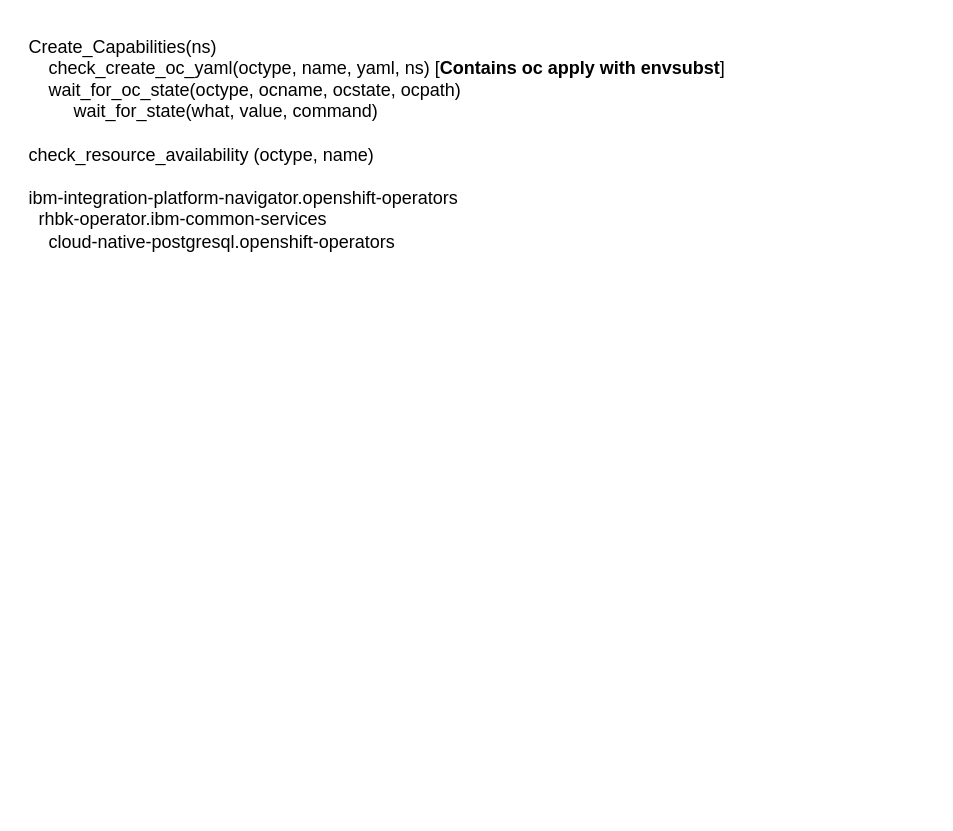
Before: page "Design code" (3 of 8) of doc/design.drawio in ADesprets/cp4i-install, a draw.io diagram. Source tidied: cells renumbered, new cells numbered last; positions are measured from the earlier drawing's top-left corner, leaving out a move shared by most shapes. Both pictures are drawn from the tidied source at 150%, with x=0, y=0 at pixel (26, 26).
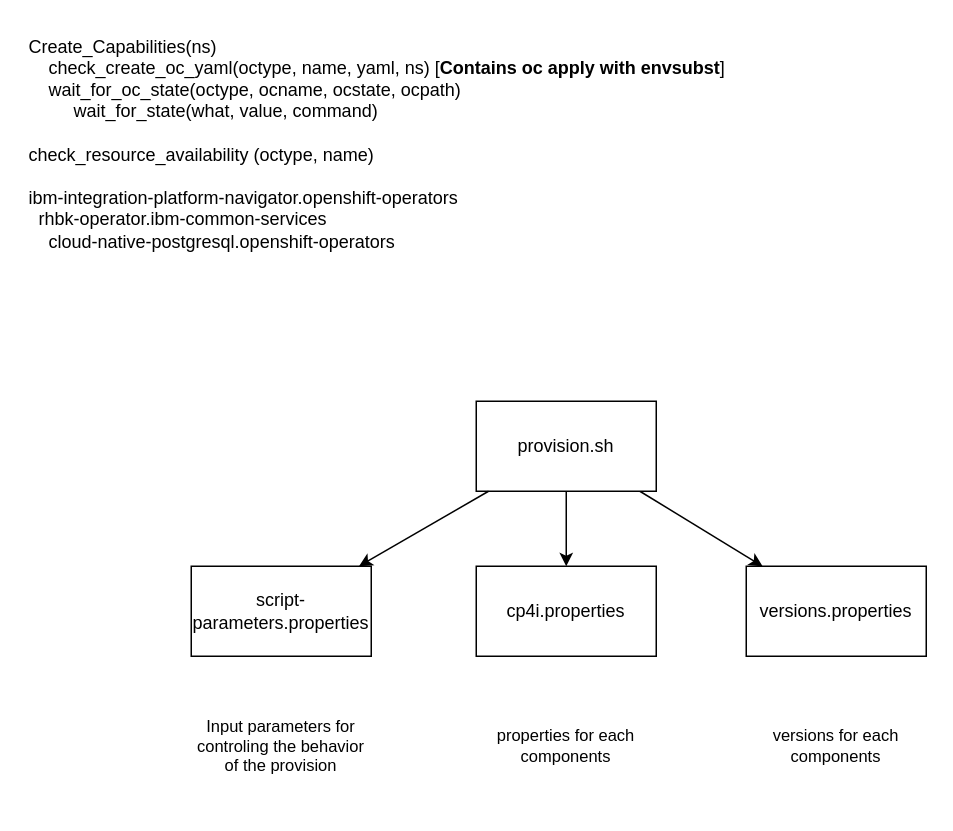
Above is the later version.

The edit, as a diff of the source:
```diff
@@
 <mxGraphModel>
   <root>
     <mxCell id="0" />
     <mxCell id="1" parent="0" />
     <mxCell id="2" value="Create_Capabilities(ns)&lt;br&gt;&lt;div&gt;&lt;span style=&quot;&quot;&gt;&lt;/span&gt;&lt;span style=&quot;&quot;&gt;&lt;/span&gt;&lt;span style=&quot;&quot;&gt;&lt;/span&gt;&amp;nbsp; &amp;nbsp; check_create_oc_yaml(octype, name, yaml, ns) [&lt;b&gt;Contains oc apply with envsubst&lt;/b&gt;]&lt;/div&gt;&lt;div&gt;&lt;span style=&quot;&quot;&gt;&#9;&lt;/span&gt;&lt;span style=&quot;&quot;&gt;&#9;&lt;/span&gt;&lt;/div&gt;&lt;div&gt;&lt;div style=&quot;border-color: var(--border-color);&quot;&gt;&lt;span style=&quot;&quot;&gt;&lt;span style=&quot;&quot;&gt;&lt;/span&gt;&lt;/span&gt;&lt;span style=&quot;background-color: initial;&quot;&gt;&amp;nbsp; &amp;nbsp;&lt;/span&gt;&lt;span style=&quot;background-color: initial;&quot;&gt;&amp;nbsp;&lt;/span&gt;wait_for_oc_state(octype, ocname, ocstate, ocpath)&lt;/div&gt;&lt;/div&gt;&amp;nbsp; &amp;nbsp; &amp;nbsp; &amp;nbsp; &amp;nbsp;wait_for_state(what, value, command)&lt;br&gt;&amp;nbsp; &amp;nbsp;&amp;nbsp;&lt;div&gt;&lt;span style=&quot;background-color: initial;&quot;&gt;check_resource_availability (octype, name)&lt;/span&gt;&lt;/div&gt;&lt;div&gt;&lt;span style=&quot;background-color: initial;&quot;&gt;&lt;br&gt;&lt;/span&gt;&lt;/div&gt;&lt;div&gt;&lt;span style=&quot;background-color: initial;&quot;&gt;&lt;div&gt;ibm-integration-platform-navigator.openshift-operators&lt;/div&gt;&lt;div&gt;&lt;span style=&quot;&quot;&gt;&lt;/span&gt;&amp;nbsp; rhbk-operator.ibm-common-services&lt;/div&gt;&lt;div&gt;&lt;span style=&quot;&quot;&gt;&lt;/span&gt;&amp;nbsp; &amp;nbsp; cloud-native-postgresql.openshift-operators&lt;/div&gt;&lt;/span&gt;&lt;/div&gt;" style="text;html=1;strokeColor=none;fillColor=none;align=left;verticalAlign=top;whiteSpace=wrap;rounded=0;" parent="1" vertex="1">
       <mxGeometry width="570" height="180" as="geometry" />
     </mxCell>
+    <mxCell id="3" style="edgeStyle=none;rounded=0;jettySize=auto;html=1;strokeColor=default;align=center;verticalAlign=middle;fontFamily=Helvetica;fontSize=11;fontColor=default;labelBackgroundColor=default;endArrow=classic;" parent="1" edge="1" source="5" target="6">
+      <mxGeometry relative="1" as="geometry" />
+    </mxCell>
+    <mxCell id="4" style="edgeStyle=none;rounded=0;jettySize=auto;html=1;strokeColor=default;align=center;verticalAlign=middle;fontFamily=Helvetica;fontSize=11;fontColor=default;labelBackgroundColor=default;endArrow=classic;" parent="1" edge="1" source="5" target="8">
+      <mxGeometry relative="1" as="geometry" />
+    </mxCell>
+    <mxCell id="5" value="provision.sh" style="rounded=0;whiteSpace=wrap;html=1;" parent="1" vertex="1">
+      <mxGeometry x="300" y="250" width="120" height="60" as="geometry" />
+    </mxCell>
+    <mxCell id="6" value="cp4i.properties" style="rounded=0;whiteSpace=wrap;html=1;" parent="1" vertex="1">
+      <mxGeometry x="300" y="360" width="120" height="60" as="geometry" />
+    </mxCell>
+    <mxCell id="7" value="script-parameters.properties" style="rounded=0;whiteSpace=wrap;html=1;" parent="1" vertex="1">
+      <mxGeometry x="110" y="360" width="120" height="60" as="geometry" />
+    </mxCell>
+    <mxCell id="8" value="versions.properties" style="rounded=0;whiteSpace=wrap;html=1;" parent="1" vertex="1">
+      <mxGeometry x="480" y="360" width="120" height="60" as="geometry" />
+    </mxCell>
+    <mxCell id="9" style="rounded=0;jettySize=auto;html=1;" parent="1" edge="1" source="5" target="7">
+      <mxGeometry relative="1" as="geometry" />
+    </mxCell>
+    <mxCell id="10" value="Input parameters for controling the behavior of the provision" style="text;html=1;align=center;verticalAlign=middle;whiteSpace=wrap;rounded=0;fontFamily=Helvetica;fontSize=11;fontColor=default;labelBackgroundColor=default;" parent="1" vertex="1">
+      <mxGeometry x="110" y="440" width="120" height="80" as="geometry" />
+    </mxCell>
+    <mxCell id="11" value="properties for each components" style="text;html=1;align=center;verticalAlign=middle;whiteSpace=wrap;rounded=0;fontFamily=Helvetica;fontSize=11;fontColor=default;labelBackgroundColor=default;" parent="1" vertex="1">
+      <mxGeometry x="300" y="440" width="120" height="80" as="geometry" />
+    </mxCell>
+    <mxCell id="12" value="versions for each components" style="text;html=1;align=center;verticalAlign=middle;whiteSpace=wrap;rounded=0;fontFamily=Helvetica;fontSize=11;fontColor=default;labelBackgroundColor=default;" parent="1" vertex="1">
+      <mxGeometry x="480" y="440" width="120" height="80" as="geometry" />
+    </mxCell>
   </root>
 </mxGraphModel>
```
